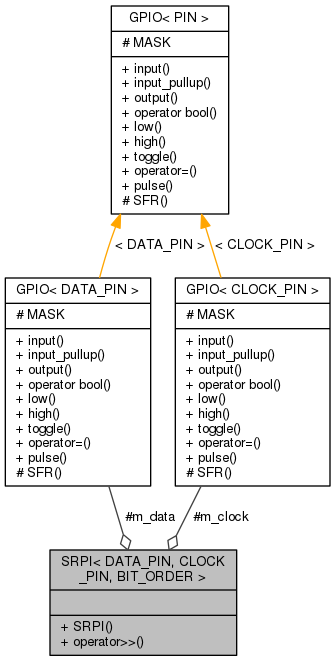
Above: Arduino-GPIO/d8/d4a/classSRPI__coll__graph.png in mikaelpatel/mikaelpatel.github.io (Graphviz), before the change. Its source is kept beside it as Arduino-GPIO/d8/d4a/classSRPI__coll__graph.dot. Source of this version:
```dot
digraph "SRPI&lt; DATA_PIN, CLOCK_PIN, BIT_ORDER &gt;"
{
  edge [fontname="Helvetica",fontsize="10",labelfontname="Helvetica",labelfontsize="10"];
  node [fontname="Helvetica",fontsize="10",shape=record];
  Node1 [label="{SRPI\< DATA_PIN, CLOCK\l_PIN, BIT_ORDER \>\n||+ SRPI()\l+ operator\>\>()\l}",height=0.2,width=0.4,color="black", fillcolor="grey75", style="filled", fontcolor="black"];
  Node2 -> Node1 [color="grey25",fontsize="10",style="solid",label=" #m_data" ,arrowhead="odiamond",fontname="Helvetica"];
  Node2 [label="{GPIO\< DATA_PIN \>\n|# MASK\l|+ input()\l+ input_pullup()\l+ output()\l+ operator bool()\l+ low()\l+ high()\l+ toggle()\l+ operator=()\l+ pulse()\l# SFR()\l}",height=0.2,width=0.4,color="black", fillcolor="white", style="filled",URL="$d7/dde/classGPIO.html"];
  Node3 -> Node2 [dir="back",color="orange",fontsize="10",style="solid",label=" \< DATA_PIN \>" ,fontname="Helvetica"];
  Node3 [label="{GPIO\< PIN \>\n|# MASK\l|+ input()\l+ input_pullup()\l+ output()\l+ operator bool()\l+ low()\l+ high()\l+ toggle()\l+ operator=()\l+ pulse()\l# SFR()\l}",height=0.2,width=0.4,color="black", fillcolor="white", style="filled",URL="$d7/dde/classGPIO.html"];
  Node4 -> Node1 [color="grey25",fontsize="10",style="solid",label=" #m_clock" ,arrowhead="odiamond",fontname="Helvetica"];
  Node4 [label="{GPIO\< CLOCK_PIN \>\n|# MASK\l|+ input()\l+ input_pullup()\l+ output()\l+ operator bool()\l+ low()\l+ high()\l+ toggle()\l+ operator=()\l+ pulse()\l# SFR()\l}",height=0.2,width=0.4,color="black", fillcolor="white", style="filled",URL="$d7/dde/classGPIO.html"];
  Node3 -> Node4 [dir="back",color="orange",fontsize="10",style="solid",label=" \< CLOCK_PIN \>" ,fontname="Helvetica"];
}
```
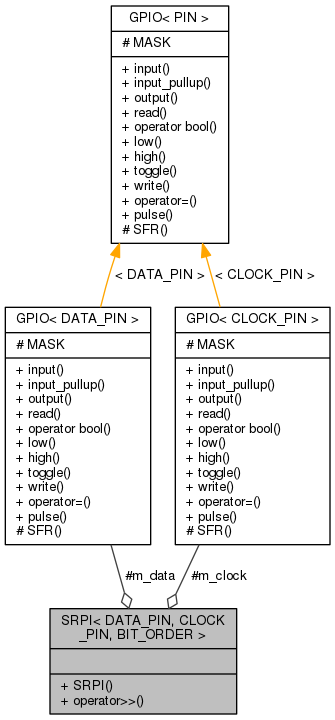
After the change.

Diff of the diagram source:
```diff
@@ -4,10 +4,10 @@
   node [fontname="Helvetica",fontsize="10",shape=record];
   Node1 [label="{SRPI\< DATA_PIN, CLOCK\l_PIN, BIT_ORDER \>\n||+ SRPI()\l+ operator\>\>()\l}",height=0.2,width=0.4,color="black", fillcolor="grey75", style="filled", fontcolor="black"];
   Node2 -> Node1 [color="grey25",fontsize="10",style="solid",label=" #m_data" ,arrowhead="odiamond",fontname="Helvetica"];
-  Node2 [label="{GPIO\< DATA_PIN \>\n|# MASK\l|+ input()\l+ input_pullup()\l+ output()\l+ operator bool()\l+ low()\l+ high()\l+ toggle()\l+ operator=()\l+ pulse()\l# SFR()\l}",height=0.2,width=0.4,color="black", fillcolor="white", style="filled",URL="$d7/dde/classGPIO.html"];
+  Node2 [label="{GPIO\< DATA_PIN \>\n|# MASK\l|+ input()\l+ input_pullup()\l+ output()\l+ read()\l+ operator bool()\l+ low()\l+ high()\l+ toggle()\l+ write()\l+ operator=()\l+ pulse()\l# SFR()\l}",height=0.2,width=0.4,color="black", fillcolor="white", style="filled",URL="$d7/dde/classGPIO.html"];
   Node3 -> Node2 [dir="back",color="orange",fontsize="10",style="solid",label=" \< DATA_PIN \>" ,fontname="Helvetica"];
-  Node3 [label="{GPIO\< PIN \>\n|# MASK\l|+ input()\l+ input_pullup()\l+ output()\l+ operator bool()\l+ low()\l+ high()\l+ toggle()\l+ operator=()\l+ pulse()\l# SFR()\l}",height=0.2,width=0.4,color="black", fillcolor="white", style="filled",URL="$d7/dde/classGPIO.html"];
+  Node3 [label="{GPIO\< PIN \>\n|# MASK\l|+ input()\l+ input_pullup()\l+ output()\l+ read()\l+ operator bool()\l+ low()\l+ high()\l+ toggle()\l+ write()\l+ operator=()\l+ pulse()\l# SFR()\l}",height=0.2,width=0.4,color="black", fillcolor="white", style="filled",URL="$d7/dde/classGPIO.html"];
   Node4 -> Node1 [color="grey25",fontsize="10",style="solid",label=" #m_clock" ,arrowhead="odiamond",fontname="Helvetica"];
-  Node4 [label="{GPIO\< CLOCK_PIN \>\n|# MASK\l|+ input()\l+ input_pullup()\l+ output()\l+ operator bool()\l+ low()\l+ high()\l+ toggle()\l+ operator=()\l+ pulse()\l# SFR()\l}",height=0.2,width=0.4,color="black", fillcolor="white", style="filled",URL="$d7/dde/classGPIO.html"];
+  Node4 [label="{GPIO\< CLOCK_PIN \>\n|# MASK\l|+ input()\l+ input_pullup()\l+ output()\l+ read()\l+ operator bool()\l+ low()\l+ high()\l+ toggle()\l+ write()\l+ operator=()\l+ pulse()\l# SFR()\l}",height=0.2,width=0.4,color="black", fillcolor="white", style="filled",URL="$d7/dde/classGPIO.html"];
   Node3 -> Node4 [dir="back",color="orange",fontsize="10",style="solid",label=" \< CLOCK_PIN \>" ,fontname="Helvetica"];
 }
```
